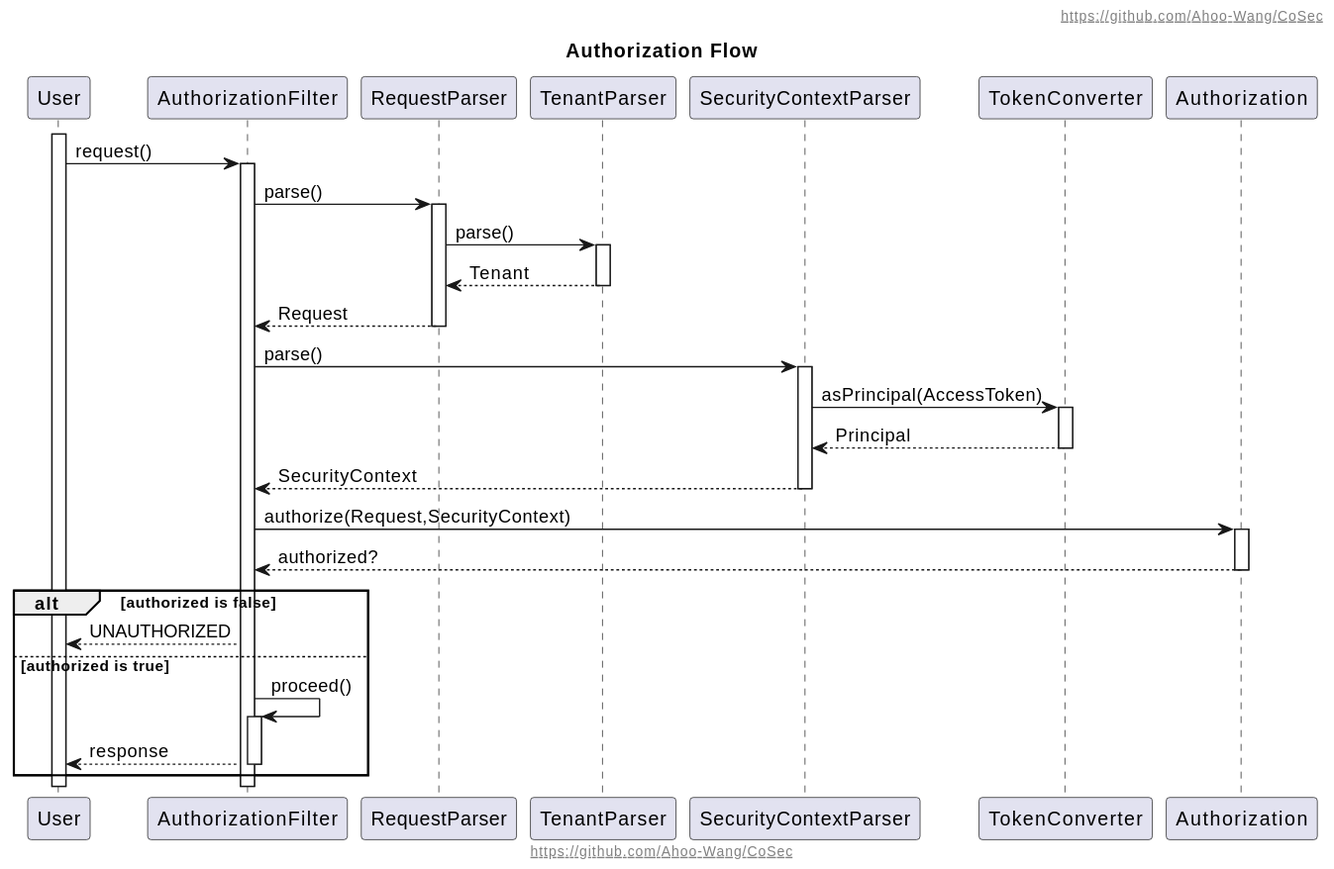
Earlier version of the PlantUML export document/design/assets/Authorization-Flow.svg (Ahoo-Wang/CoSec). The source it was exported from:
```plantuml
@startuml
!include layout.puml
title Authorization Flow

participant User
participant AuthorizationFilter
participant RequestParser
participant TenantParser
participant SecurityContextParser
participant TokenConverter
participant Authorization

User++

User -> AuthorizationFilter++: request()
AuthorizationFilter -> RequestParser++: parse()
RequestParser -> TenantParser++: parse()
RequestParser <-- TenantParser--: Tenant
AuthorizationFilter <-- RequestParser--: Request
AuthorizationFilter -> SecurityContextParser++: parse()
SecurityContextParser -> TokenConverter++: asPrincipal(AccessToken)
SecurityContextParser <-- TokenConverter--: Principal
AuthorizationFilter <-- SecurityContextParser--: SecurityContext
AuthorizationFilter -> Authorization++: authorize(Request,SecurityContext)
AuthorizationFilter <-- Authorization--: authorized?
alt authorized is false
    User <-- AuthorizationFilter: UNAUTHORIZED
else authorized is true
    AuthorizationFilter -> AuthorizationFilter ++ : proceed()
    User <-- AuthorizationFilter--: response
end
@enduml
```
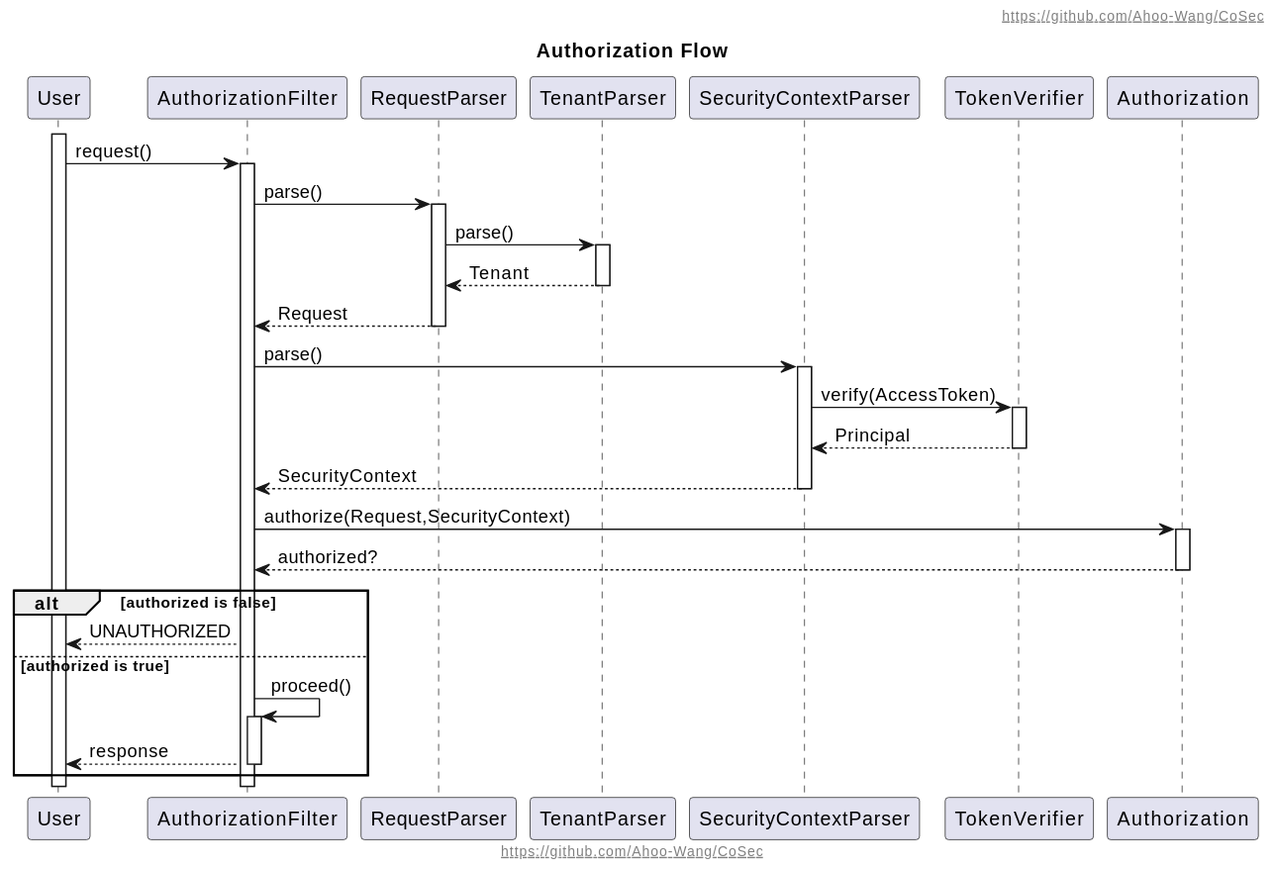
The same diagram one commit later.

Commit message:
update authorization-flow

Change to the diagram source:
```diff
@@ -7,7 +7,7 @@
 participant RequestParser
 participant TenantParser
 participant SecurityContextParser
-participant TokenConverter
+participant TokenVerifier
 participant Authorization
 
 User++
@@ -18,8 +18,8 @@
 RequestParser <-- TenantParser--: Tenant
 AuthorizationFilter <-- RequestParser--: Request
 AuthorizationFilter -> SecurityContextParser++: parse()
-SecurityContextParser -> TokenConverter++: asPrincipal(AccessToken)
-SecurityContextParser <-- TokenConverter--: Principal
+SecurityContextParser -> TokenVerifier++: verify(AccessToken)
+SecurityContextParser <-- TokenVerifier--: Principal
 AuthorizationFilter <-- SecurityContextParser--: SecurityContext
 AuthorizationFilter -> Authorization++: authorize(Request,SecurityContext)
 AuthorizationFilter <-- Authorization--: authorized?
```
